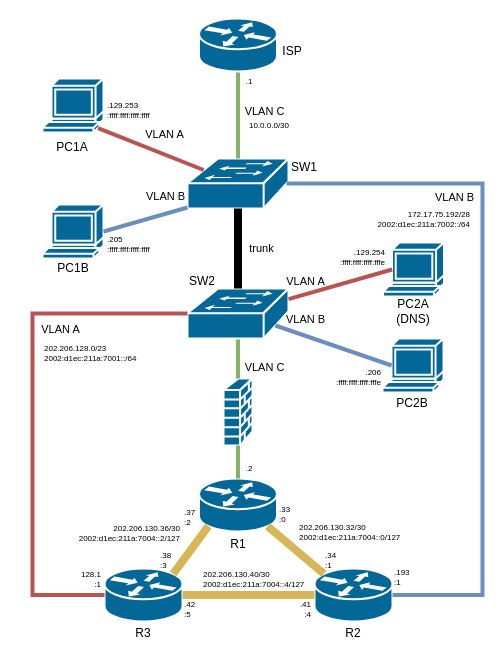
Earlier version of the draw.io diagram topologie_s_adresami.drawio (phatt-23/web). Source tidied: cells renumbered, new cells numbered last; positions are measured from the earlier drawing's top-left corner, leaving out a move shared by most shapes. Both pictures are drawn from the tidied source at 100%, with x=0, y=0 at pixel (17, 18).
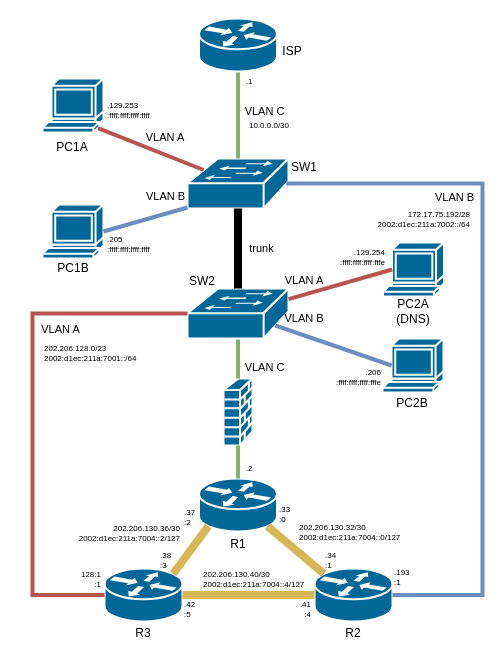
After the change.

Unchanged cells that the change refers to:
```xml
<mxCell id="18" style="endArrow=none;html=1;rounded=0;strokeWidth=4;fillColor=#f8cecc;strokeColor=#b85450;exitX=0.16;exitY=0.23;exitDx=0;exitDy=0;exitPerimeter=0;entryX=0.91;entryY=0.92;entryDx=0;entryDy=0;entryPerimeter=0;fontFamily=Iosevka NF;" parent="1" edge="1" source="2" target="13">
  <mxGeometry relative="1" as="geometry" />
</mxCell>
```

Change to the diagram source:
```diff
@@
-    <mxCell id="19" value="&lt;div style=&quot;line-height: 0%;&quot;&gt;VLAN A&lt;/div&gt;" style="edgeLabel;html=1;align=center;verticalAlign=middle;labelBackgroundColor=none;fontFamily=Iosevka NF;" parent="18" vertex="1">
-      <mxGeometry x="0.02" y="-3" relative="1" as="geometry">
-        <mxPoint x="13" y="-11" as="offset" />
-      </mxGeometry>
-    </mxCell>
@@
-    <mxCell id="40" value="&lt;div style=&quot;line-height: 0%;&quot;&gt;VLAN A&lt;/div&gt;" style="edgeLabel;html=1;align=center;verticalAlign=middle;labelBackgroundColor=none;fontFamily=Iosevka NF;" parent="1" vertex="1">
-      <mxGeometry x="287" y="263" as="geometry" />
-    </mxCell>
-    <mxCell id="41" value="&lt;div&gt;VLAN B&lt;/div&gt;" style="edgeLabel;html=1;align=center;verticalAlign=middle;labelBackgroundColor=none;fontFamily=Iosevka NF;" parent="1" vertex="1">
-      <mxGeometry x="287" y="300" as="geometry" />
-    </mxCell>
@@
     <mxCell id="48" value="&lt;div align=&quot;right&quot;&gt;&lt;div style=&quot;font-size: 8px;&quot;&gt;&lt;font style=&quot;font-size: 8px;&quot;&gt;.129.254&lt;br&gt;&lt;font style=&quot;font-size: 8px;&quot;&gt;:ffff:ffff:ffff:fffe&lt;/font&gt;&lt;/font&gt;&lt;/div&gt;&lt;/div&gt;" style="text;html=1;align=right;verticalAlign=middle;whiteSpace=wrap;rounded=0;fontFamily=Iosevka NF;" parent="1" vertex="1">
-      <mxGeometry x="216" y="224" width="154" height="30" as="geometry" />
+      <mxGeometry x="285" y="224" width="85" height="30" as="geometry" />
     </mxCell>
@@
     <mxCell id="50" value="&lt;div align=&quot;right&quot;&gt;&lt;div style=&quot;font-size: 8px;&quot;&gt;&lt;font style=&quot;font-size: 8px;&quot;&gt;.206&lt;br&gt;:ffff:ffff:ffff:fffe&lt;/font&gt;&lt;/div&gt;&lt;/div&gt;" style="text;html=1;align=right;verticalAlign=middle;whiteSpace=wrap;rounded=0;fontFamily=Iosevka NF;" parent="1" vertex="1">
-      <mxGeometry x="216" y="344" width="150" height="30" as="geometry" />
+      <mxGeometry x="275" y="344" width="91" height="30" as="geometry" />
     </mxCell>
@@
+    <mxCell id="65" value="&lt;pre style=&quot;font-size: 11px;&quot;&gt;&lt;font style=&quot;font-size: 11px;&quot; face=&quot;Iosevka NF&quot;&gt;VLAN A&lt;/font&gt;&lt;/pre&gt;" style="text;html=1;align=center;verticalAlign=middle;whiteSpace=wrap;rounded=0;" parent="1" vertex="1">
+      <mxGeometry x="118" y="105" width="60" height="30" as="geometry" />
+    </mxCell>
+    <mxCell id="66" value="&lt;pre style=&quot;font-size: 11px;&quot;&gt;&lt;font style=&quot;font-size: 11px;&quot; face=&quot;Iosevka NF&quot;&gt;VLAN A&lt;/font&gt;&lt;/pre&gt;" style="text;html=1;align=center;verticalAlign=middle;whiteSpace=wrap;rounded=0;" parent="1" vertex="1">
+      <mxGeometry x="257" y="248" width="60" height="30" as="geometry" />
+    </mxCell>
+    <mxCell id="41" value="&lt;pre style=&quot;font-size: 11px;&quot;&gt;&lt;font style=&quot;font-size: 11px;&quot; face=&quot;Iosevka NF&quot;&gt;VLAN B&lt;/font&gt;&lt;/pre&gt;" style="text;html=1;align=center;verticalAlign=middle;whiteSpace=wrap;rounded=0;" parent="1" vertex="1">
+      <mxGeometry x="257" y="286" width="60" height="30" as="geometry" />
+    </mxCell>
```
